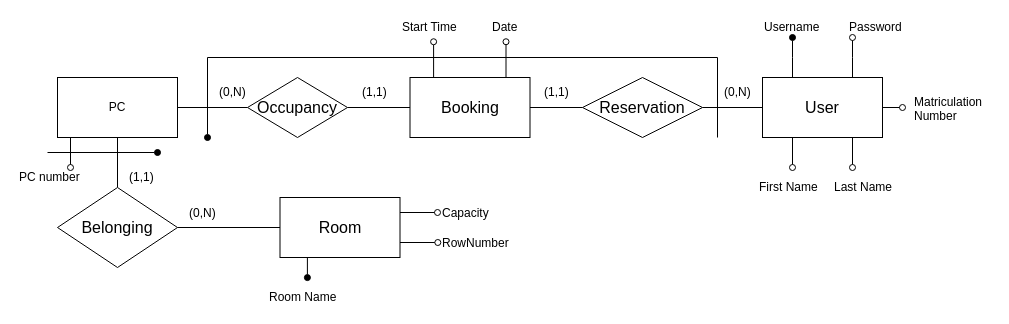
Earlier version of the draw.io diagram documents/ER_task0.drawio (marcopettorali/lnpx_task0). Source tidied: cells renumbered, new cells numbered last; positions are measured from the earlier drawing's top-left corner, leaving out a move shared by most shapes. Both pictures are drawn from the tidied source at 100%, with x=0, y=0 at pixel (17, 17).
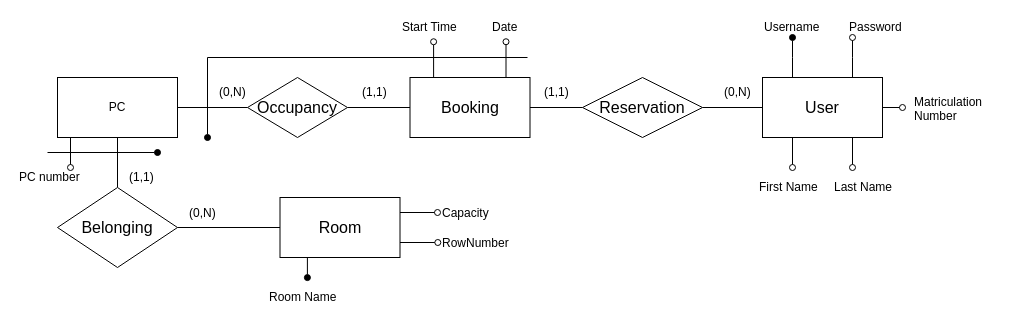
Above is the later version.

What changed in the source:
```diff
@@
-    <mxCell id="28" style="endArrow=none;html=1;" parent="1" edge="1">
-      <mxGeometry relative="1" as="geometry">
-        <mxPoint x="700" y="120" as="sourcePoint" />
-        <mxPoint x="700" y="40" as="targetPoint" />
-      </mxGeometry>
-    </mxCell>
     <mxCell id="29" style="endArrow=none;html=1;" parent="1" edge="1">
       <mxGeometry relative="1" as="geometry">
         <mxPoint x="190" y="40" as="sourcePoint" />
-        <mxPoint x="700" y="40" as="targetPoint" />
+        <mxPoint x="510" y="40" as="targetPoint" />
       </mxGeometry>
     </mxCell>
```
